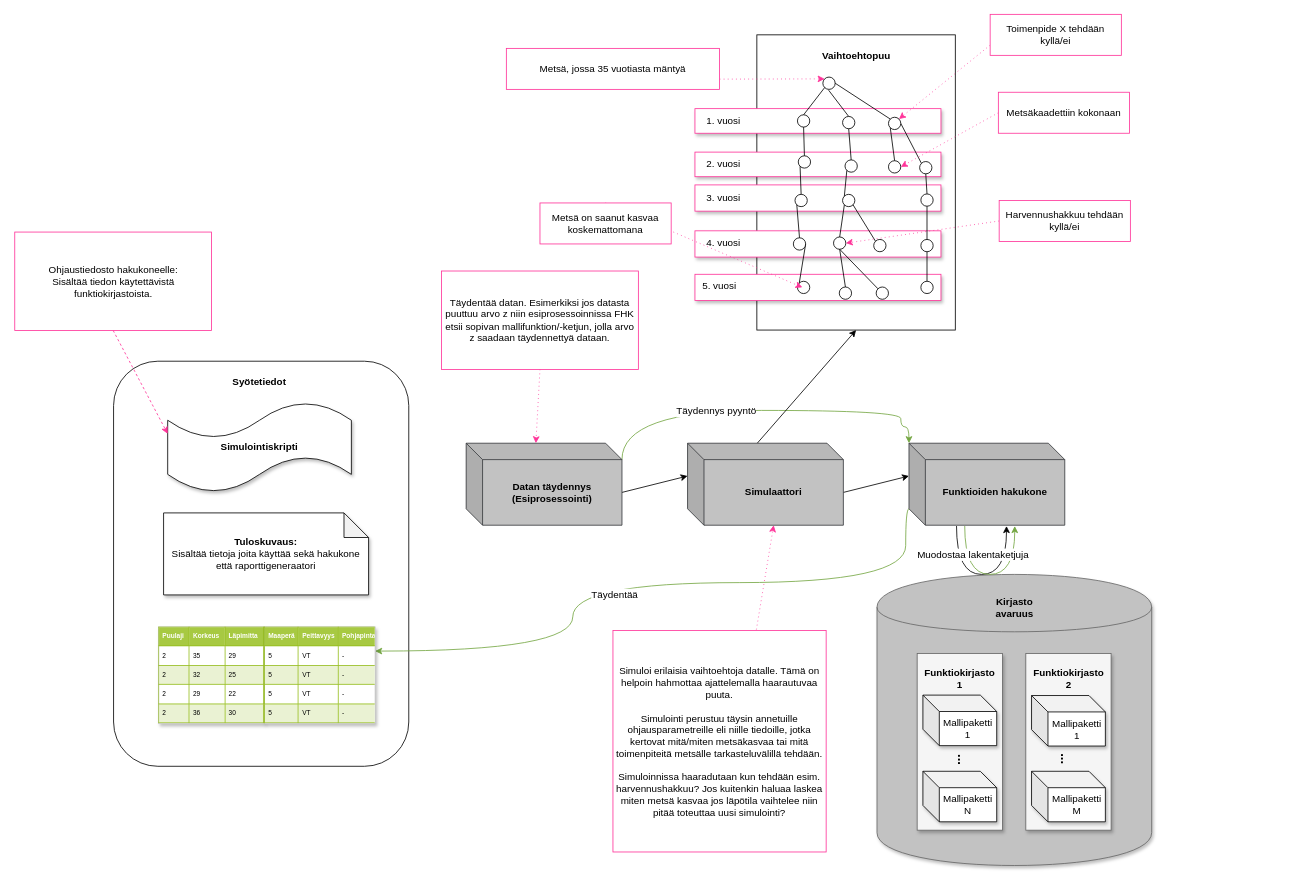
The draw.io diagram Figures/Simulointitapaus.drawio in R1pe/MELA2.0-Users, before the edit. Source tidied: cells renumbered, new cells numbered last; positions are measured from the earlier drawing's top-left corner, leaving out a move shared by most shapes. Both pictures are drawn from the tidied source at 82%, with x=0, y=0 at pixel (15, 14). Pictures stored in the file or linked from it are replaced by grey dashed boxes.
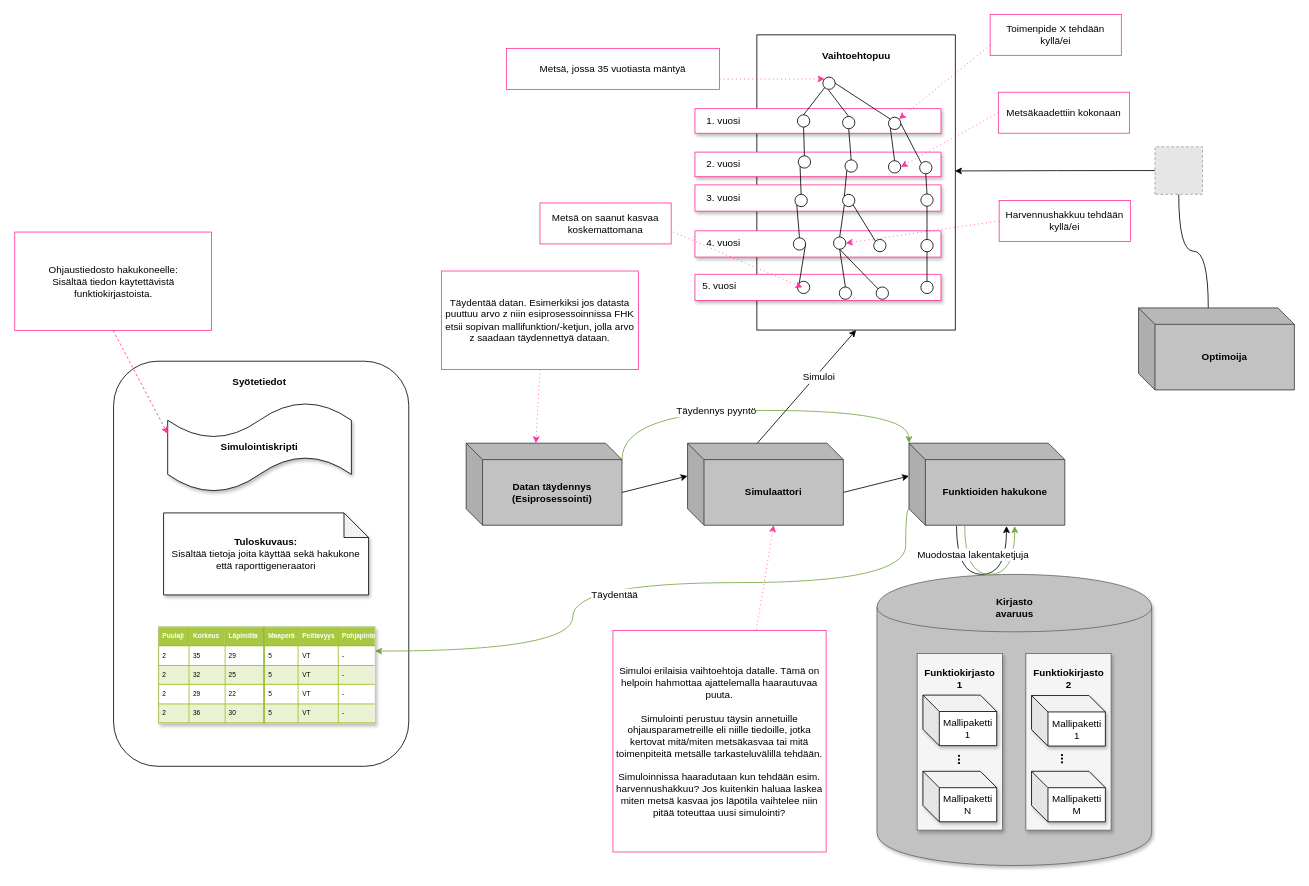
The same page after the edit.

Commit message:
v2 Simulointitapaus DRAFT

The change refers to these unchanged cells:
```xml
<mxCell id="3" style="rounded=0;whiteSpace=wrap;html=1;strokeWidth=1;fillColor=#ffffff;gradientColor=none;fontSize=12;" parent="1" vertex="1">
  <mxGeometry x="904.5" y="25" width="242" height="360" as="geometry" />
</mxCell>
<mxCell id="12" value="&lt;div style=&quot;font-size: 12px;&quot;&gt;Datan täydennys&lt;/div&gt;&lt;div style=&quot;font-size: 12px;&quot;&gt;(Esiprosessointi)&lt;br style=&quot;font-size: 12px;&quot;&gt;&lt;/div&gt;" style="shape=cube;whiteSpace=wrap;html=1;boundedLbl=1;backgroundOutline=1;darkOpacity=0.05;darkOpacity2=0.1;fontSize=12;fillColor=#C2C2C2;strokeColor=#36393d;fontStyle=1;" parent="1" vertex="1">
  <mxGeometry x="550" y="523" width="190" height="100" as="geometry" />
</mxCell>
<mxCell id="16" style="edgeStyle=none;rounded=0;jettySize=auto;html=1;exitX=0;exitY=0;exitDx=85;exitDy=0;exitPerimeter=0;entryX=0.5;entryY=1;entryDx=0;entryDy=0;endArrow=classic;endFill=1;strokeColor=#000000;fontSize=12;" parent="1" edge="1" source="17" target="3">
  <mxGeometry relative="1" as="geometry" />
</mxCell>
```

Change to the diagram source:
```diff
@@
     <mxCell id="9" style="edgeStyle=orthogonalEdgeStyle;rounded=0;jettySize=auto;html=1;exitX=0;exitY=0;exitDx=190;exitDy=20;exitPerimeter=0;endArrow=classic;endFill=1;curved=1;strokeColor=#74A642;" parent="1" edge="1" source="12">
       <mxGeometry relative="1" as="geometry">
         <mxPoint x="1090" y="523" as="targetPoint" />
         <Array as="points">
           <mxPoint x="740" y="483" />
-          <mxPoint x="1080" y="483" />
-          <mxPoint x="1080" y="503" />
-          <mxPoint x="1090" y="503" />
+          <mxPoint x="1090" y="483" />
         </Array>
       </mxGeometry>
     </mxCell>
@@
+    <mxCell id="104" value="Simuloi" style="text;html=1;align=center;verticalAlign=middle;labelBackgroundColor=#ffffff;" parent="16" vertex="1">
+      <mxGeometry x="0.2" y="-3" relative="1" as="geometry" />
+    </mxCell>
@@
+    <mxCell id="105" style="edgeStyle=orthogonalEdgeStyle;curved=1;rounded=0;jettySize=auto;html=1;exitX=0;exitY=0;exitDx=85;exitDy=0;exitPerimeter=0;strokeColor=#000000;endArrow=none;endFill=0;" parent="1" edge="1" source="106" target="108">
+      <mxGeometry relative="1" as="geometry" />
+    </mxCell>
+    <mxCell id="106" value="&lt;div&gt;Optimoija&lt;/div&gt;" style="shape=cube;whiteSpace=wrap;html=1;boundedLbl=1;backgroundOutline=1;darkOpacity=0.05;darkOpacity2=0.1;fontSize=12;fillColor=#C2C2C2;strokeColor=#36393d;fontStyle=1;" parent="1" vertex="1">
+      <mxGeometry x="1370" y="358" width="190" height="100" as="geometry" />
+    </mxCell>
+    <mxCell id="107" style="edgeStyle=orthogonalEdgeStyle;curved=1;rounded=0;jettySize=auto;html=1;exitX=0.5;exitY=0;exitDx=0;exitDy=0;entryX=0.998;entryY=0.461;entryDx=0;entryDy=0;entryPerimeter=0;strokeColor=#000000;" parent="1" edge="1" source="108" target="3">
+      <mxGeometry relative="1" as="geometry" />
+    </mxCell>
+    <mxCell id="108" style="fillColor=#E6E6E6;strokeColor=#999999;dashed=1;html=1;verticalAlign=top;verticalLabelPosition=bottom;labelBackgroundColor=#ffffff;rotation=-90;" parent="1" vertex="1">
+      <mxGeometry x="1390" y="161.5" width="58" height="58" as="geometry" />
+    </mxCell>
```
